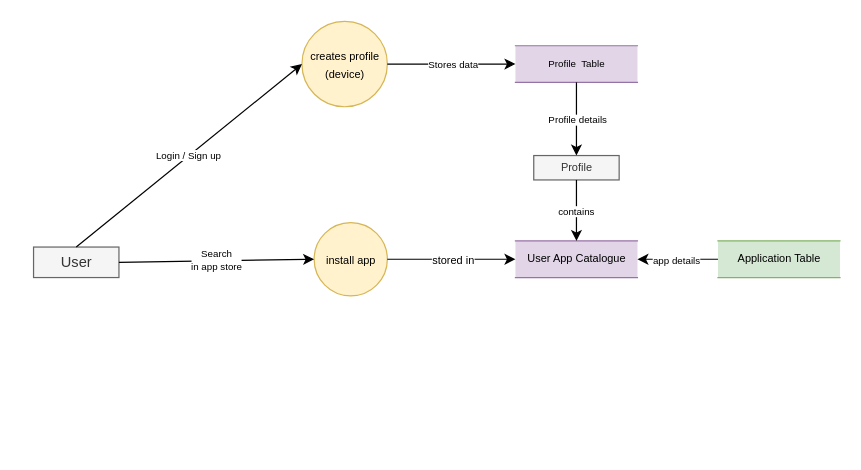
The draw.io diagram dfd_3.drawio in Charan-Patnaik/dmdd, before the edit. Source tidied: cells renumbered, new cells numbered last; positions are measured from the earlier drawing's top-left corner, leaving out a move shared by most shapes. Both pictures are drawn from the tidied source at 122%, with x=0, y=0 at pixel (33, 21).
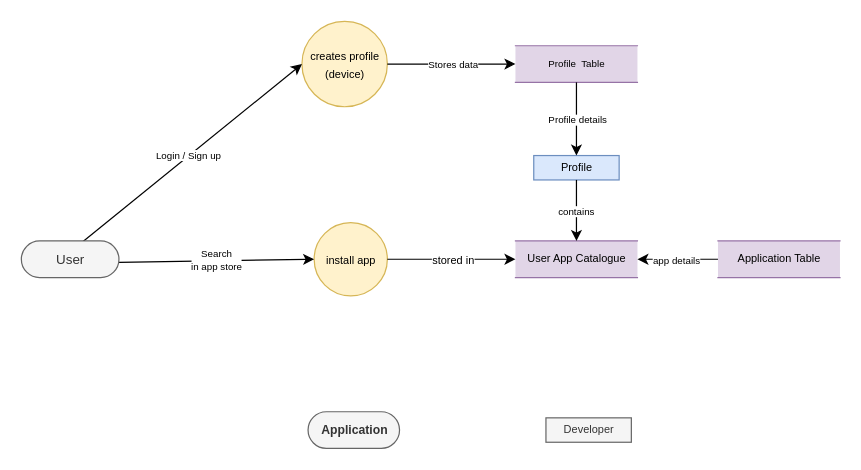
The same page after the edit.

Unchanged cells that the change refers to:
```xml
<mxCell id="4" value="&lt;font style=&quot;font-size: 9px;&quot;&gt;creates profile&lt;br&gt;(device)&lt;/font&gt;" style="shape=ellipse;html=1;dashed=0;whitespace=wrap;perimeter=ellipsePerimeter;fontSize=12;fillColor=#fff2cc;strokeColor=#d6b656;" parent="1" vertex="1">
  <mxGeometry x="220" width="70" height="70" as="geometry" />
</mxCell>
<mxCell id="6" value="&lt;font style=&quot;font-size: 9px;&quot;&gt;&lt;br&gt;install app&lt;br&gt;&lt;br&gt;&lt;/font&gt;" style="shape=ellipse;html=1;dashed=0;whitespace=wrap;perimeter=ellipsePerimeter;fontSize=12;fillColor=#fff2cc;strokeColor=#d6b656;" parent="1" vertex="1">
  <mxGeometry x="230" y="165" width="60" height="60" as="geometry" />
</mxCell>
```

Diff of the diagram source:
```diff
@@
-    <mxCell id="3" value="User" style="html=1;dashed=0;whitespace=wrap;fontSize=12;fillColor=#f5f5f5;fontColor=#333333;strokeColor=#666666;" parent="1" vertex="1">
-      <mxGeometry y="185" width="70" height="25" as="geometry" />
-    </mxCell>
@@
-    <mxCell id="5" value="Profile&lt;br&gt;" style="html=1;dashed=0;whitespace=wrap;fontSize=9;fillColor=#f5f5f5;fontColor=#333333;strokeColor=#666666;" parent="1" vertex="1">
+    <mxCell id="5" value="Profile&lt;br&gt;" style="html=1;dashed=0;whitespace=wrap;fontSize=9;fillColor=#dae8fc;strokeColor=#6c8ebf;" parent="1" vertex="1">
       <mxGeometry x="410" y="110" width="70" height="20" as="geometry" />
     </mxCell>
@@
-    <mxCell id="7" value="Application Table" style="html=1;dashed=0;whitespace=wrap;shape=partialRectangle;right=0;left=0;fontSize=9;fillColor=#d5e8d4;strokeColor=#82b366;" parent="1" vertex="1">
+    <mxCell id="7" value="Application Table" style="html=1;dashed=0;whitespace=wrap;shape=partialRectangle;right=0;left=0;fontSize=9;fillColor=#e1d5e7;strokeColor=#9673a6;" parent="1" vertex="1">
       <mxGeometry x="561" y="180" width="100" height="30" as="geometry" />
     </mxCell>
@@
-    <mxCell id="9" value="Search&lt;br&gt;in app store" style="endArrow=classic;html=1;fontSize=8;curved=1;exitX=1;exitY=0.5;exitDx=0;exitDy=0;entryX=0;entryY=0.5;entryDx=0;entryDy=0;" parent="1" edge="1" source="3" target="6">
-      <mxGeometry relative="1" as="geometry" />
+    <mxCell id="9" value="Search&lt;br&gt;in app store" style="endArrow=classic;html=1;fontSize=8;curved=1;exitX=1;exitY=0.5;exitDx=0;exitDy=0;entryX=0;entryY=0.5;entryDx=0;entryDy=0;" parent="1" edge="1" target="6">
+      <mxGeometry relative="1" as="geometry">
+        <mxPoint x="70" y="197.5" as="sourcePoint" />
+      </mxGeometry>
     </mxCell>
-    <mxCell id="10" value="Login / Sign up" style="endArrow=classic;html=1;fontSize=8;curved=1;exitX=0.5;exitY=0;exitDx=0;exitDy=0;entryX=0;entryY=0.5;entryDx=0;entryDy=0;" parent="1" edge="1" source="3" target="4">
-      <mxGeometry relative="1" as="geometry" />
+    <mxCell id="10" value="Login / Sign up" style="endArrow=classic;html=1;fontSize=8;curved=1;exitX=0.5;exitY=0;exitDx=0;exitDy=0;entryX=0;entryY=0.5;entryDx=0;entryDy=0;" parent="1" edge="1" target="4">
+      <mxGeometry relative="1" as="geometry">
+        <mxPoint x="35" y="185" as="sourcePoint" />
+      </mxGeometry>
     </mxCell>
@@
+    <mxCell id="21" value="Application" style="html=1;dashed=0;whitespace=wrap;shape=mxgraph.dfd.start;fillColor=#f5f5f5;fontColor=#333333;strokeColor=#666666;fontStyle=1;fontSize=10;" parent="1" vertex="1">
+      <mxGeometry x="225" y="320" width="75" height="30" as="geometry" />
+    </mxCell>
+    <mxCell id="22" value="Developer" style="html=1;dashed=0;whitespace=wrap;fontSize=9;fillColor=#f5f5f5;fontColor=#333333;strokeColor=#666666;" parent="1" vertex="1">
+      <mxGeometry x="420" y="325" width="70" height="20" as="geometry" />
+    </mxCell>
+    <mxCell id="3" value="User" style="html=1;dashed=0;whitespace=wrap;shape=mxgraph.dfd.start;fontSize=11;fillColor=#f5f5f5;fontColor=#333333;strokeColor=#666666;" parent="1" vertex="1">
+      <mxGeometry x="-10" y="180" width="80" height="30" as="geometry" />
+    </mxCell>
```
